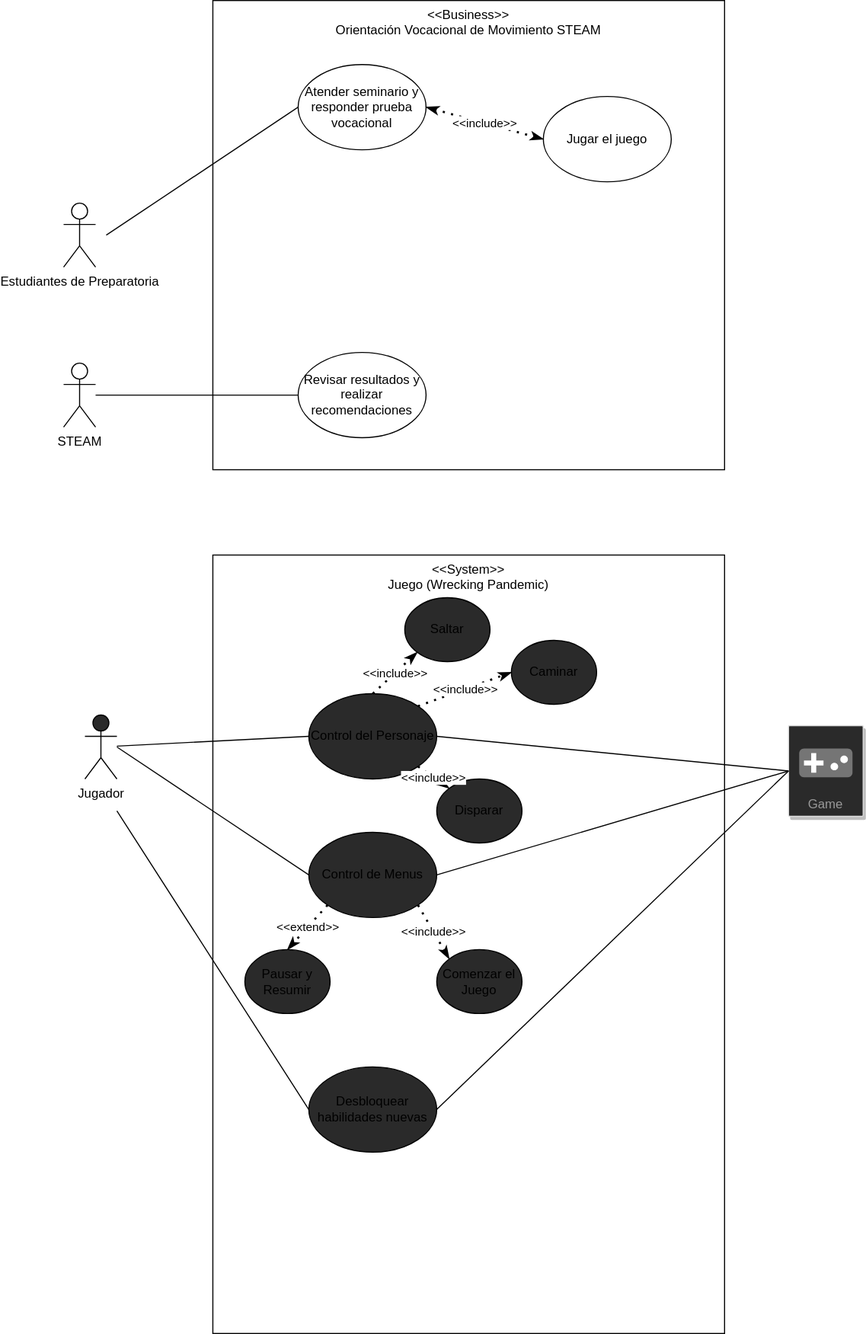
Earlier version of the draw.io export diagrams/diagramas_wreckingpandemic.drawio.svg (BloqueSoftwareDev/srsdoc). Source tidied: cells renumbered, new cells last; positions are measured from the earlier drawing's top-left corner, leaving out a move shared by most shapes.
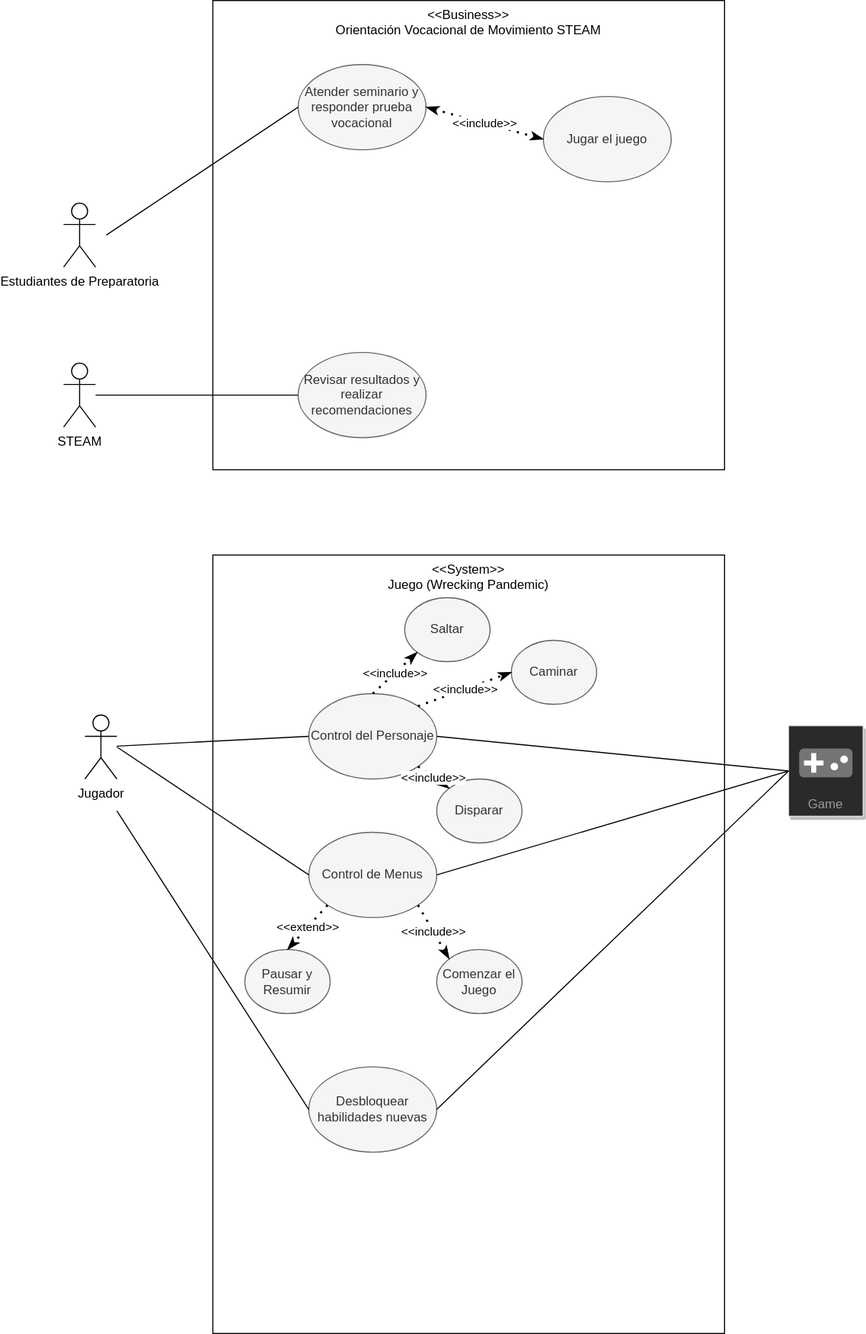
The same diagram one commit later.

Commit message:
"Fixed Color Issues"

What changed in the source:
```diff
@@ -8,13 +8,13 @@
     <mxCell id="3" value="Estudiantes de Preparatoria" style="shape=umlActor;verticalLabelPosition=bottom;verticalAlign=top;html=1;" parent="1" vertex="1">
       <mxGeometry y="190" width="30" height="60" as="geometry" />
     </mxCell>
-    <mxCell id="4" value="STEAM" style="shape=umlActor;verticalLabelPosition=bottom;verticalAlign=top;html=1;outlineConnect=0;fillColor=none;" parent="1" vertex="1">
+    <mxCell id="4" value="STEAM" style="shape=umlActor;verticalLabelPosition=bottom;verticalAlign=top;html=1;outlineConnect=0;" parent="1" vertex="1">
       <mxGeometry y="340" width="30" height="60" as="geometry" />
     </mxCell>
-    <mxCell id="5" value="Atender seminario y responder prueba vocacional" style="ellipse;whiteSpace=wrap;html=1;" parent="1" vertex="1">
+    <mxCell id="5" value="Atender seminario y responder prueba vocacional" style="ellipse;whiteSpace=wrap;html=1;fillColor=#f5f5f5;strokeColor=#666666;fontColor=#333333;" parent="1" vertex="1">
       <mxGeometry x="220" y="60" width="120" height="80" as="geometry" />
     </mxCell>
-    <mxCell id="6" value="Jugar el juego" style="ellipse;whiteSpace=wrap;html=1;" parent="1" vertex="1">
+    <mxCell id="6" value="Jugar el juego" style="ellipse;whiteSpace=wrap;html=1;fillColor=#f5f5f5;strokeColor=#666666;fontColor=#333333;" parent="1" vertex="1">
       <mxGeometry x="450" y="90" width="120" height="80" as="geometry" />
     </mxCell>
     <mxCell id="7" style="endArrow=none;html=1;entryX=0;entryY=0.5;entryDx=0;entryDy=0;" parent="1" edge="1" target="5">
@@ -22,7 +22,7 @@
         <mxPoint x="40" y="220" as="sourcePoint" />
       </mxGeometry>
     </mxCell>
-    <mxCell id="8" value="Revisar resultados y realizar recomendaciones" style="ellipse;whiteSpace=wrap;html=1;" parent="1" vertex="1">
+    <mxCell id="8" value="Revisar resultados y realizar recomendaciones" style="ellipse;whiteSpace=wrap;html=1;fillColor=#f5f5f5;strokeColor=#666666;fontColor=#333333;" parent="1" vertex="1">
       <mxGeometry x="220" y="330" width="120" height="80" as="geometry" />
     </mxCell>
     <mxCell id="9" style="endArrow=none;html=1;entryX=0;entryY=0.5;entryDx=0;entryDy=0;" parent="1" edge="1" source="4" target="8">
@@ -34,19 +34,19 @@
     <mxCell id="11" value="&amp;lt;&amp;lt;System&amp;gt;&amp;gt;&lt;br&gt;Juego (Wrecking Pandemic)" style="rounded=0;whiteSpace=wrap;html=1;labelPosition=center;verticalLabelPosition=middle;align=center;verticalAlign=top;fillColor=none;" parent="1" vertex="1">
       <mxGeometry x="140" y="520" width="480" height="730" as="geometry" />
     </mxCell>
-    <mxCell id="12" value="Jugador" style="shape=umlActor;verticalLabelPosition=bottom;verticalAlign=top;html=1;outlineConnect=0;fillColor=#2a2a2a;" parent="1" vertex="1">
+    <mxCell id="12" value="Jugador" style="shape=umlActor;verticalLabelPosition=bottom;verticalAlign=top;html=1;outlineConnect=0;" parent="1" vertex="1">
       <mxGeometry x="20" y="670" width="30" height="60" as="geometry" />
     </mxCell>
-    <mxCell id="13" value="Control del Personaje" style="ellipse;whiteSpace=wrap;html=1;fillColor=#2a2a2a;" parent="1" vertex="1">
+    <mxCell id="13" value="Control del Personaje" style="ellipse;whiteSpace=wrap;html=1;fillColor=#f5f5f5;strokeColor=#666666;fontColor=#333333;" parent="1" vertex="1">
       <mxGeometry x="230" y="650" width="120" height="80" as="geometry" />
     </mxCell>
     <mxCell id="14" style="endArrow=none;html=1;exitX=0;exitY=0.5;exitDx=0;exitDy=0;" parent="1" edge="1" source="13" target="12">
       <mxGeometry relative="1" as="geometry" />
     </mxCell>
-    <mxCell id="15" value="Saltar" style="ellipse;whiteSpace=wrap;html=1;fillColor=#2a2a2a;" parent="1" vertex="1">
+    <mxCell id="15" value="Saltar" style="ellipse;whiteSpace=wrap;html=1;fillColor=#f5f5f5;strokeColor=#666666;fontColor=#333333;" parent="1" vertex="1">
       <mxGeometry x="320" y="560" width="80" height="60" as="geometry" />
     </mxCell>
-    <mxCell id="16" value="Caminar" style="ellipse;whiteSpace=wrap;html=1;fillColor=#2a2a2a;" parent="1" vertex="1">
+    <mxCell id="16" value="Caminar" style="ellipse;whiteSpace=wrap;html=1;fillColor=#f5f5f5;strokeColor=#666666;fontColor=#333333;" parent="1" vertex="1">
       <mxGeometry x="420" y="600" width="80" height="60" as="geometry" />
     </mxCell>
     <mxCell id="17" value="&amp;lt;&amp;lt;include&amp;gt;&amp;gt;" style="endArrow=classicThin;dashed=1;html=1;dashPattern=1 3;strokeWidth=2;entryX=0;entryY=1;entryDx=0;entryDy=0;exitX=0.5;exitY=0;exitDx=0;exitDy=0;startArrow=none;startFill=0;endFill=1;" parent="1" edge="1" source="13" target="15">
@@ -55,22 +55,22 @@
     <mxCell id="18" value="&amp;lt;&amp;lt;include&amp;gt;&amp;gt;" style="endArrow=classicThin;dashed=1;html=1;dashPattern=1 3;strokeWidth=2;entryX=0;entryY=0.5;entryDx=0;entryDy=0;exitX=1;exitY=0;exitDx=0;exitDy=0;startArrow=none;startFill=0;endFill=1;" parent="1" edge="1" source="13" target="16">
       <mxGeometry relative="1" as="geometry" />
     </mxCell>
-    <mxCell id="19" value="Disparar" style="ellipse;whiteSpace=wrap;html=1;fillColor=#2a2a2a;" parent="1" vertex="1">
+    <mxCell id="19" value="Disparar" style="ellipse;whiteSpace=wrap;html=1;fillColor=#f5f5f5;strokeColor=#666666;fontColor=#333333;" parent="1" vertex="1">
       <mxGeometry x="350" y="730" width="80" height="60" as="geometry" />
     </mxCell>
     <mxCell id="20" value="&amp;lt;&amp;lt;include&amp;gt;&amp;gt;" style="endArrow=classicThin;dashed=1;html=1;dashPattern=1 3;strokeWidth=2;entryX=0;entryY=0;entryDx=0;entryDy=0;exitX=1;exitY=1;exitDx=0;exitDy=0;startArrow=none;startFill=0;endFill=1;" parent="1" edge="1" source="13" target="19">
       <mxGeometry relative="1" as="geometry" />
     </mxCell>
-    <mxCell id="21" value="Control de Menus" style="ellipse;whiteSpace=wrap;html=1;fillColor=#2a2a2a;" parent="1" vertex="1">
+    <mxCell id="21" value="Control de Menus" style="ellipse;whiteSpace=wrap;html=1;fillColor=#f5f5f5;strokeColor=#666666;fontColor=#333333;" parent="1" vertex="1">
       <mxGeometry x="230" y="780" width="120" height="80" as="geometry" />
     </mxCell>
-    <mxCell id="22" value="Comenzar el Juego" style="ellipse;whiteSpace=wrap;html=1;fillColor=#2a2a2a;" parent="1" vertex="1">
+    <mxCell id="22" value="Comenzar el Juego" style="ellipse;whiteSpace=wrap;html=1;fillColor=#f5f5f5;strokeColor=#666666;fontColor=#333333;" parent="1" vertex="1">
       <mxGeometry x="350" y="890" width="80" height="60" as="geometry" />
     </mxCell>
     <mxCell id="23" value="&amp;lt;&amp;lt;include&amp;gt;&amp;gt;" style="endArrow=classicThin;dashed=1;html=1;dashPattern=1 3;strokeWidth=2;entryX=0;entryY=0;entryDx=0;entryDy=0;exitX=1;exitY=1;exitDx=0;exitDy=0;startArrow=none;startFill=0;endFill=1;" parent="1" edge="1" source="21" target="22">
       <mxGeometry relative="1" as="geometry" />
     </mxCell>
-    <mxCell id="24" value="Pausar y Resumir" style="ellipse;whiteSpace=wrap;html=1;fillColor=#2a2a2a;" parent="1" vertex="1">
+    <mxCell id="24" value="Pausar y Resumir" style="ellipse;whiteSpace=wrap;html=1;fillColor=#f5f5f5;strokeColor=#666666;fontColor=#333333;" parent="1" vertex="1">
       <mxGeometry x="170" y="890" width="80" height="60" as="geometry" />
     </mxCell>
     <mxCell id="25" value="&amp;lt;&amp;lt;extend&amp;gt;&amp;gt;" style="endArrow=classicThin;dashed=1;html=1;dashPattern=1 3;strokeWidth=2;entryX=0.5;entryY=0;entryDx=0;entryDy=0;exitX=0;exitY=1;exitDx=0;exitDy=0;startArrow=none;startFill=0;endFill=1;" parent="1" edge="1" source="21" target="24">
@@ -95,7 +95,7 @@
     <mxCell id="30" style="endArrow=none;html=1;exitX=0;exitY=0.5;exitDx=0;exitDy=0;entryX=1;entryY=0.5;entryDx=0;entryDy=0;" parent="1" edge="1" source="27" target="21">
       <mxGeometry relative="1" as="geometry" />
     </mxCell>
-    <mxCell id="31" value="Desbloquear habilidades nuevas" style="ellipse;whiteSpace=wrap;html=1;fillColor=#2a2a2a;" parent="1" vertex="1">
+    <mxCell id="31" value="Desbloquear habilidades nuevas" style="ellipse;whiteSpace=wrap;html=1;fillColor=#f5f5f5;strokeColor=#666666;fontColor=#333333;" parent="1" vertex="1">
       <mxGeometry x="230" y="1000" width="120" height="80" as="geometry" />
     </mxCell>
     <mxCell id="32" style="endArrow=none;html=1;exitX=0;exitY=0.5;exitDx=0;exitDy=0;" parent="1" edge="1" source="31">
```
